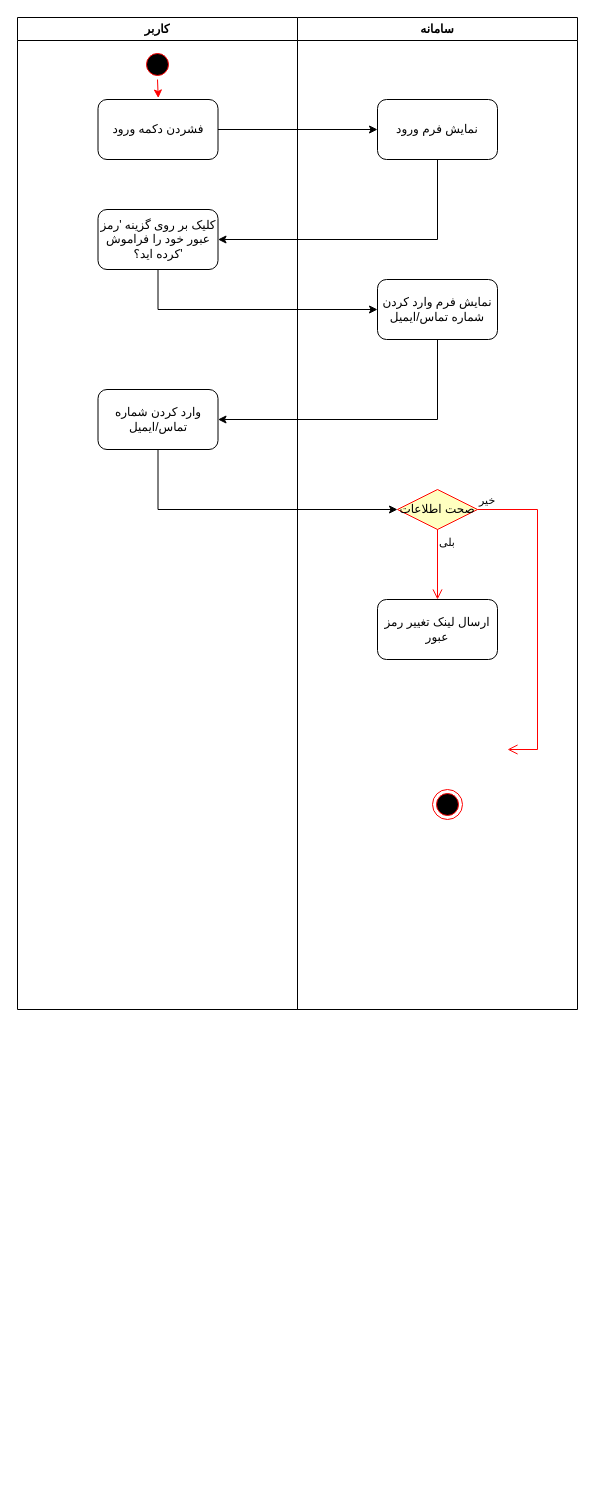
This is page "فراموشی رمز عبور" (3 of 3) of NavidNasiri_ActivityDiagram.drawio from 4Tech-IUT/Activity-Diagrams, a draw.io file, before an edit. Source tidied: cells renumbered, new cells numbered last; positions are measured from the earlier drawing's top-left corner, leaving out a move shared by most shapes. Both pictures are drawn from the tidied source at 100%, with x=0, y=0 at pixel (17, 17).
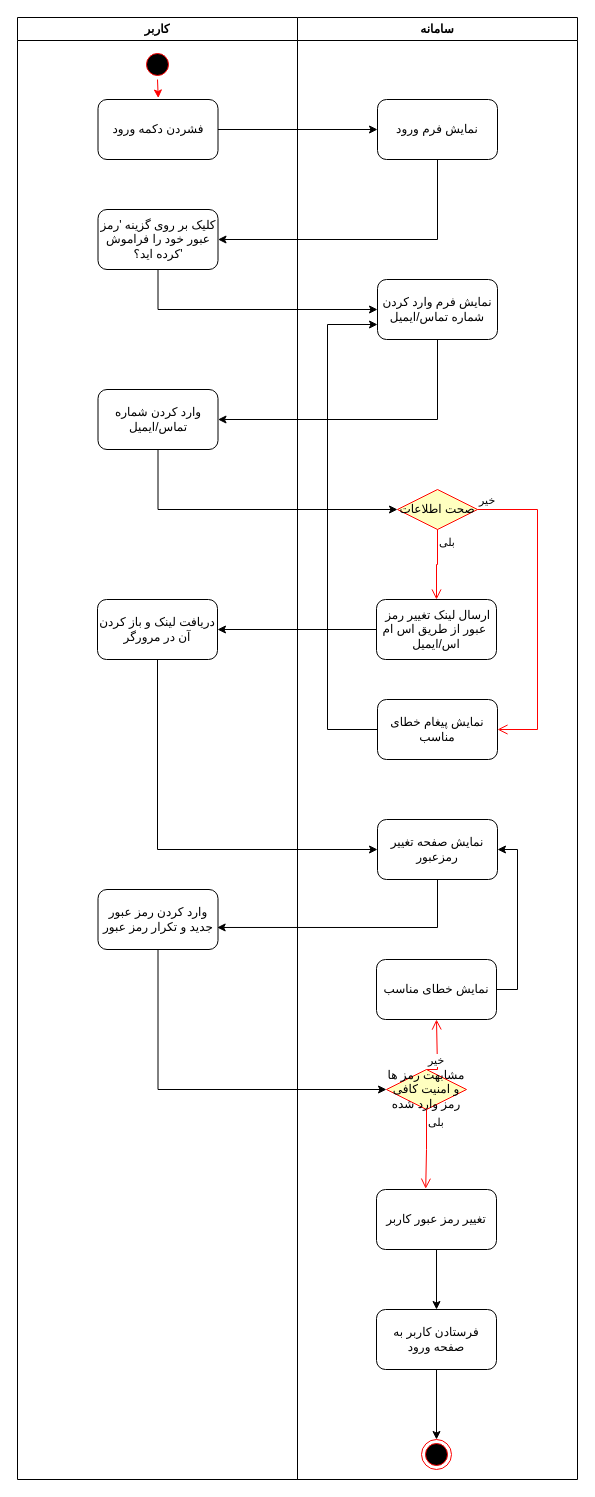
The same diagram, later.

Commit message:
reset password diagram

The change refers to these unchanged cells:
```xml
<mxCell id="11" value="نمایش فرم وارد کردن شماره تماس/ایمیل" style="rounded=1;whiteSpace=wrap;html=1;" parent="8" vertex="1">
  <mxGeometry x="80" y="262" width="120" height="60" as="geometry" />
</mxCell>
<mxCell id="12" value="صحت اطلاعات" style="rhombus;whiteSpace=wrap;html=1;fillColor=#ffffc0;strokeColor=#ff0000;" parent="8" vertex="1">
  <mxGeometry x="100" y="472" width="80" height="40" as="geometry" />
</mxCell>
```

The edit, as a diff of the source:
```diff
@@
     <mxCell id="2" value="کاربر" style="swimlane;whiteSpace=wrap;" parent="1" vertex="1">
-      <mxGeometry width="280" height="992" as="geometry" />
+      <mxGeometry width="280" height="1462" as="geometry" />
     </mxCell>
@@
+    <mxCell id="21" value="دریافت لینک و باز کردن آن در مرورگر" style="rounded=1;whiteSpace=wrap;html=1;" parent="2" vertex="1">
+      <mxGeometry x="80" y="582" width="120" height="60" as="geometry" />
+    </mxCell>
+    <mxCell id="22" value="وارد کردن رمز عبور جدید و تکرار رمز عبور" style="rounded=1;whiteSpace=wrap;html=1;" parent="2" vertex="1">
+      <mxGeometry x="80.5" y="872" width="120" height="60" as="geometry" />
+    </mxCell>
     <mxCell id="8" value="سامانه" style="swimlane;whiteSpace=wrap;" parent="1" vertex="1">
-      <mxGeometry x="280" width="280" height="992" as="geometry" />
+      <mxGeometry x="280" width="280" height="1462" as="geometry" />
     </mxCell>
-    <mxCell id="9" style="ellipse;shape=endState;fillColor=#000000;strokeColor=#ff0000;" parent="8" vertex="1">
-      <mxGeometry x="135" y="772" width="30" height="30" as="geometry" />
-    </mxCell>
@@
-    <mxCell id="13" value="خیر" style="edgeStyle=orthogonalEdgeStyle;html=1;align=left;verticalAlign=bottom;endArrow=open;endSize=8;strokeColor=#ff0000;rounded=0;entryX=1;entryY=0.5;entryDx=0;entryDy=0;" parent="8" edge="1" source="12">
+    <mxCell id="13" value="خیر" style="edgeStyle=orthogonalEdgeStyle;html=1;align=left;verticalAlign=bottom;endArrow=open;endSize=8;strokeColor=#ff0000;rounded=0;entryX=1;entryY=0.5;entryDx=0;entryDy=0;" parent="8" edge="1" source="12" target="25">
       <mxGeometry x="-1" relative="1" as="geometry">
-        <mxPoint x="210" y="732" as="targetPoint" />
         <Array as="points">
           <mxPoint x="240" y="492" />
-          <mxPoint x="240" y="732" />
+          <mxPoint x="240" y="712" />
         </Array>
       </mxGeometry>
     </mxCell>
@@
-    <mxCell id="15" value="ارسال لینک تغییر رمز عبور" style="rounded=1;whiteSpace=wrap;html=1;" parent="8" vertex="1">
-      <mxGeometry x="80" y="582" width="120" height="60" as="geometry" />
+    <mxCell id="15" value="ارسال لینک تغییر رمز&amp;nbsp; &amp;nbsp;عبور از طریق اس ام اس/ایمیل" style="rounded=1;whiteSpace=wrap;html=1;" parent="8" vertex="1">
+      <mxGeometry x="79" y="582" width="120" height="60" as="geometry" />
     </mxCell>
+    <mxCell id="23" value="خیر" style="edgeStyle=orthogonalEdgeStyle;html=1;align=left;verticalAlign=bottom;endArrow=open;endSize=8;strokeColor=#ff0000;rounded=0;entryX=0.5;entryY=1;entryDx=0;entryDy=0;exitX=0.5;exitY=0;exitDx=0;exitDy=0;" parent="8" edge="1" source="27" target="34">
+      <mxGeometry x="-1" relative="1" as="geometry">
+        <Array as="points">
+          <mxPoint x="140" y="1052" />
+        </Array>
+      </mxGeometry>
+    </mxCell>
+    <mxCell id="24" style="edgeStyle=orthogonalEdgeStyle;rounded=0;jettySize=auto;html=1;entryX=0;entryY=0.75;entryDx=0;entryDy=0;" parent="8" edge="1" source="25" target="11">
+      <mxGeometry relative="1" as="geometry">
+        <Array as="points">
+          <mxPoint x="30" y="712" />
+          <mxPoint x="30" y="307" />
+        </Array>
+      </mxGeometry>
+    </mxCell>
+    <mxCell id="25" value="نمایش پیغام خطای مناسب" style="rounded=1;whiteSpace=wrap;html=1;" parent="8" vertex="1">
+      <mxGeometry x="80" y="682" width="120" height="60" as="geometry" />
+    </mxCell>
+    <mxCell id="26" value="نمایش صفحه تغییر رمزعبور" style="rounded=1;whiteSpace=wrap;html=1;" parent="8" vertex="1">
+      <mxGeometry x="80" y="802" width="120" height="60" as="geometry" />
+    </mxCell>
+    <mxCell id="27" value="مشابهت رمز ها و امنیت کافی رمز وارد شده" style="rhombus;whiteSpace=wrap;html=1;fillColor=#ffffc0;strokeColor=#ff0000;" parent="8" vertex="1">
+      <mxGeometry x="89" y="1052" width="80" height="40" as="geometry" />
+    </mxCell>
+    <mxCell id="28" value="تغییر رمز عبور کاربر" style="rounded=1;whiteSpace=wrap;html=1;" parent="8" vertex="1">
+      <mxGeometry x="79" y="1172" width="120" height="60" as="geometry" />
+    </mxCell>
+    <mxCell id="29" value="بلی" style="edgeStyle=orthogonalEdgeStyle;html=1;align=left;verticalAlign=top;endArrow=open;endSize=8;strokeColor=#ff0000;rounded=0;entryX=0.41;entryY=-0.013;entryDx=0;entryDy=0;entryPerimeter=0;" parent="8" edge="1" source="27" target="28">
+      <mxGeometry x="-1" relative="1" as="geometry" />
+    </mxCell>
+    <mxCell id="30" value="فرستادن کاربر به صفحه ورود" style="rounded=1;whiteSpace=wrap;html=1;" parent="8" vertex="1">
+      <mxGeometry x="79" y="1292" width="120" height="60" as="geometry" />
+    </mxCell>
+    <mxCell id="9" style="ellipse;shape=endState;fillColor=#000000;strokeColor=#ff0000;" parent="8" vertex="1">
+      <mxGeometry x="124" y="1422" width="30" height="30" as="geometry" />
+    </mxCell>
+    <mxCell id="31" style="edgeStyle=orthogonalEdgeStyle;rounded=0;jettySize=auto;html=1;" parent="8" edge="1" source="28" target="30">
+      <mxGeometry relative="1" as="geometry" />
+    </mxCell>
+    <mxCell id="32" style="edgeStyle=orthogonalEdgeStyle;rounded=0;jettySize=auto;html=1;" parent="8" edge="1" source="30" target="9">
+      <mxGeometry relative="1" as="geometry" />
+    </mxCell>
+    <mxCell id="33" style="edgeStyle=orthogonalEdgeStyle;rounded=0;jettySize=auto;html=1;entryX=1;entryY=0.5;entryDx=0;entryDy=0;" parent="8" edge="1" source="34" target="26">
+      <mxGeometry relative="1" as="geometry">
+        <Array as="points">
+          <mxPoint x="220" y="972" />
+          <mxPoint x="220" y="832" />
+        </Array>
+      </mxGeometry>
+    </mxCell>
+    <mxCell id="34" value="نمایش خطای مناسب" style="rounded=1;whiteSpace=wrap;html=1;" parent="8" vertex="1">
+      <mxGeometry x="79" y="942" width="120" height="60" as="geometry" />
+    </mxCell>
@@
+    <mxCell id="35" style="edgeStyle=orthogonalEdgeStyle;rounded=0;jettySize=auto;html=1;entryX=1;entryY=0.5;entryDx=0;entryDy=0;" parent="1" edge="1" source="15" target="21">
+      <mxGeometry relative="1" as="geometry" />
+    </mxCell>
+    <mxCell id="36" style="edgeStyle=orthogonalEdgeStyle;rounded=0;jettySize=auto;html=1;entryX=0;entryY=0.5;entryDx=0;entryDy=0;" parent="1" edge="1" source="22" target="27">
+      <mxGeometry relative="1" as="geometry">
+        <Array as="points">
+          <mxPoint x="141" y="1072" />
+        </Array>
+      </mxGeometry>
+    </mxCell>
+    <mxCell id="37" style="edgeStyle=orthogonalEdgeStyle;rounded=0;jettySize=auto;html=1;entryX=0;entryY=0.5;entryDx=0;entryDy=0;" parent="1" edge="1" source="21" target="26">
+      <mxGeometry relative="1" as="geometry">
+        <Array as="points">
+          <mxPoint x="140" y="832" />
+        </Array>
+      </mxGeometry>
+    </mxCell>
+    <mxCell id="38" style="edgeStyle=orthogonalEdgeStyle;rounded=0;jettySize=auto;html=1;entryX=0.993;entryY=0.633;entryDx=0;entryDy=0;entryPerimeter=0;" parent="1" edge="1" source="26" target="22">
+      <mxGeometry relative="1" as="geometry">
+        <Array as="points">
+          <mxPoint x="420" y="910" />
+        </Array>
+      </mxGeometry>
+    </mxCell>
```
